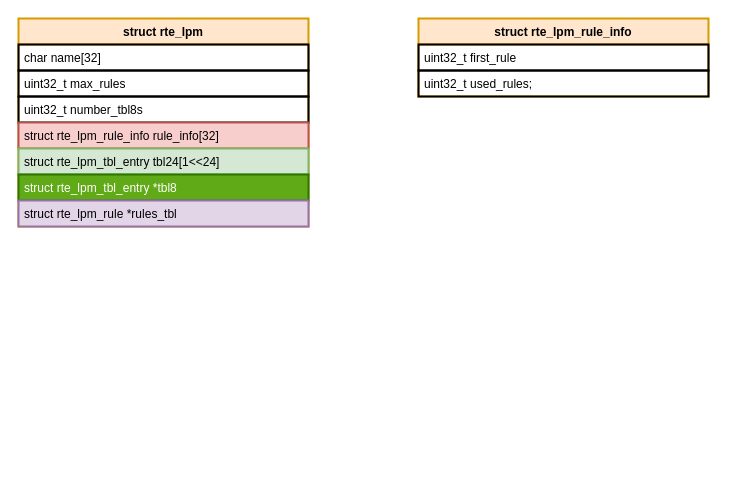
jin13417/dpdk-vpp-learning keeps this draw.io diagram as new_map/dpdk lpm.drawio. Above is the earlier version. Source tidied: cells renumbered, new cells numbered last; positions are measured from the earlier drawing's top-left corner, leaving out a move shared by most shapes. Both pictures are drawn from the tidied source at 100%, with x=0, y=0 at pixel (18, 18).
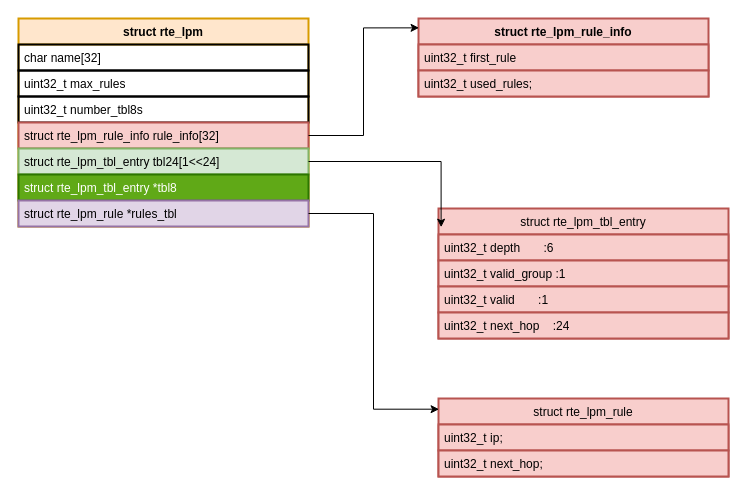
The same diagram, later.

Unchanged cells that the change refers to:
```xml
<mxCell id="6" value="struct rte_lpm_rule_info rule_info[32]" style="text;strokeColor=#b85450;fillColor=#f8cecc;align=left;verticalAlign=top;spacingLeft=4;spacingRight=4;overflow=hidden;points=[[0,0.5],[1,0.5]];portConstraint=eastwest;whiteSpace=wrap;html=1;labelBorderColor=none;rounded=0;swimlaneLine=1;strokeWidth=2;" parent="2" vertex="1">
  <mxGeometry y="104" width="290" height="26" as="geometry" />
</mxCell>
<mxCell id="7" value="struct rte_lpm_tbl_entry tbl24[1&amp;lt;&amp;lt;24]" style="text;strokeColor=#82b366;fillColor=#d5e8d4;align=left;verticalAlign=top;spacingLeft=4;spacingRight=4;overflow=hidden;points=[[0,0.5],[1,0.5]];portConstraint=eastwest;whiteSpace=wrap;html=1;labelBorderColor=none;rounded=0;swimlaneLine=1;strokeWidth=2;" parent="2" vertex="1">
  <mxGeometry y="130" width="290" height="26" as="geometry" />
</mxCell>
<mxCell id="9" value="struct rte_lpm_rule *rules_tbl" style="text;strokeColor=#9673a6;fillColor=#e1d5e7;align=left;verticalAlign=top;spacingLeft=4;spacingRight=4;overflow=hidden;points=[[0,0.5],[1,0.5]];portConstraint=eastwest;whiteSpace=wrap;html=1;labelBorderColor=none;rounded=0;swimlaneLine=1;strokeWidth=2;" parent="2" vertex="1">
  <mxGeometry y="182" width="290" height="26" as="geometry" />
</mxCell>
```

Diff of the diagram source:
```diff
@@
-    <mxCell id="10" value="struct rte_lpm_rule_info" style="swimlane;fontStyle=1;align=center;verticalAlign=top;horizontal=1;startSize=26;whiteSpace=wrap;html=1;labelBorderColor=none;rounded=0;swimlaneLine=1;strokeWidth=2;fillColor=#ffe6cc;strokeColor=#d79b00;" parent="1" vertex="1">
+    <mxCell id="10" value="struct rte_lpm_rule_info" style="swimlane;fontStyle=1;align=center;verticalAlign=top;horizontal=1;startSize=26;whiteSpace=wrap;html=1;labelBorderColor=none;rounded=0;swimlaneLine=1;strokeWidth=2;fillColor=#f8cecc;strokeColor=#b85450;" parent="1" vertex="1">
       <mxGeometry x="400" width="290" height="78" as="geometry" />
     </mxCell>
-    <mxCell id="11" value="uint32_t first_rule" style="text;strokeColor=default;fillColor=none;align=left;verticalAlign=top;spacingLeft=4;spacingRight=4;overflow=hidden;whiteSpace=wrap;html=1;labelBorderColor=none;rounded=0;swimlaneLine=1;strokeWidth=2;" parent="10" vertex="1">
+    <mxCell id="11" value="uint32_t first_rule" style="text;strokeColor=#b85450;fillColor=#f8cecc;align=left;verticalAlign=top;spacingLeft=4;spacingRight=4;overflow=hidden;whiteSpace=wrap;html=1;labelBorderColor=none;rounded=0;swimlaneLine=1;strokeWidth=2;" parent="10" vertex="1">
       <mxGeometry y="26" width="290" height="26" as="geometry" />
     </mxCell>
-    <mxCell id="12" value="uint32_t used_rules;" style="text;strokeColor=default;fillColor=none;align=left;verticalAlign=top;spacingLeft=4;spacingRight=4;overflow=hidden;whiteSpace=wrap;html=1;labelBorderColor=none;rounded=0;swimlaneLine=1;strokeWidth=2;" parent="10" vertex="1">
+    <mxCell id="12" value="uint32_t used_rules;" style="text;strokeColor=#b85450;fillColor=#f8cecc;align=left;verticalAlign=top;spacingLeft=4;spacingRight=4;overflow=hidden;whiteSpace=wrap;html=1;labelBorderColor=none;rounded=0;swimlaneLine=1;strokeWidth=2;" parent="10" vertex="1">
       <mxGeometry y="52" width="290" height="26" as="geometry" />
     </mxCell>
+    <mxCell id="13" style="edgeStyle=orthogonalEdgeStyle;rounded=0;jettySize=auto;html=1;entryX=0.002;entryY=0.12;entryDx=0;entryDy=0;entryPerimeter=0;" parent="1" edge="1" source="6" target="10">
+      <mxGeometry relative="1" as="geometry" />
+    </mxCell>
+    <mxCell id="14" value="&lt;span style=&quot;font-weight: 400;&quot;&gt;struct rte_lpm_tbl_entry&lt;/span&gt;" style="swimlane;fontStyle=1;align=center;verticalAlign=top;horizontal=1;startSize=26;whiteSpace=wrap;html=1;labelBorderColor=none;rounded=0;swimlaneLine=1;strokeWidth=2;fillColor=#f8cecc;strokeColor=#b85450;" parent="1" vertex="1">
+      <mxGeometry x="420" y="190" width="290" height="130" as="geometry" />
+    </mxCell>
+    <mxCell id="15" value="uint32_t depth&amp;nbsp; &amp;nbsp; &amp;nbsp; &amp;nbsp;:6" style="text;strokeColor=#b85450;fillColor=#f8cecc;align=left;verticalAlign=top;spacingLeft=4;spacingRight=4;overflow=hidden;whiteSpace=wrap;html=1;labelBorderColor=none;rounded=0;swimlaneLine=1;strokeWidth=2;" parent="14" vertex="1">
+      <mxGeometry y="26" width="290" height="26" as="geometry" />
+    </mxCell>
+    <mxCell id="16" value="uint32_t valid_group :1" style="text;strokeColor=#b85450;fillColor=#f8cecc;align=left;verticalAlign=top;spacingLeft=4;spacingRight=4;overflow=hidden;whiteSpace=wrap;html=1;labelBorderColor=none;rounded=0;swimlaneLine=1;strokeWidth=2;" parent="14" vertex="1">
+      <mxGeometry y="52" width="290" height="26" as="geometry" />
+    </mxCell>
+    <mxCell id="17" value="uint32_t valid&amp;nbsp; &amp;nbsp; &amp;nbsp; &amp;nbsp;:1" style="text;strokeColor=#b85450;fillColor=#f8cecc;align=left;verticalAlign=top;spacingLeft=4;spacingRight=4;overflow=hidden;whiteSpace=wrap;html=1;labelBorderColor=none;rounded=0;swimlaneLine=1;strokeWidth=2;" parent="14" vertex="1">
+      <mxGeometry y="78" width="290" height="26" as="geometry" />
+    </mxCell>
+    <mxCell id="18" value="uint32_t next_hop&amp;nbsp; &amp;nbsp; :24" style="text;strokeColor=#b85450;fillColor=#f8cecc;align=left;verticalAlign=top;spacingLeft=4;spacingRight=4;overflow=hidden;whiteSpace=wrap;html=1;labelBorderColor=none;rounded=0;swimlaneLine=1;strokeWidth=2;" parent="14" vertex="1">
+      <mxGeometry y="104" width="290" height="26" as="geometry" />
+    </mxCell>
+    <mxCell id="19" style="edgeStyle=orthogonalEdgeStyle;rounded=0;jettySize=auto;html=1;entryX=0.009;entryY=0.144;entryDx=0;entryDy=0;entryPerimeter=0;" parent="1" edge="1" source="7" target="14">
+      <mxGeometry relative="1" as="geometry" />
+    </mxCell>
+    <mxCell id="20" value="&lt;span style=&quot;font-weight: 400;&quot;&gt;struct rte_lpm_rule&lt;/span&gt;" style="swimlane;fontStyle=1;align=center;verticalAlign=top;horizontal=1;startSize=26;whiteSpace=wrap;html=1;labelBorderColor=none;rounded=0;swimlaneLine=1;strokeWidth=2;fillColor=#f8cecc;strokeColor=#b85450;" parent="1" vertex="1">
+      <mxGeometry x="420" y="380" width="290" height="78" as="geometry" />
+    </mxCell>
+    <mxCell id="21" value="uint32_t ip;" style="text;strokeColor=#b85450;fillColor=#f8cecc;align=left;verticalAlign=top;spacingLeft=4;spacingRight=4;overflow=hidden;whiteSpace=wrap;html=1;labelBorderColor=none;rounded=0;swimlaneLine=1;strokeWidth=2;" parent="20" vertex="1">
+      <mxGeometry y="26" width="290" height="26" as="geometry" />
+    </mxCell>
+    <mxCell id="22" value="uint32_t next_hop;" style="text;strokeColor=#b85450;fillColor=#f8cecc;align=left;verticalAlign=top;spacingLeft=4;spacingRight=4;overflow=hidden;whiteSpace=wrap;html=1;labelBorderColor=none;rounded=0;swimlaneLine=1;strokeWidth=2;" parent="20" vertex="1">
+      <mxGeometry y="52" width="290" height="26" as="geometry" />
+    </mxCell>
+    <mxCell id="23" style="edgeStyle=orthogonalEdgeStyle;rounded=0;jettySize=auto;html=1;entryX=0.002;entryY=0.137;entryDx=0;entryDy=0;entryPerimeter=0;" parent="1" edge="1" source="9" target="20">
+      <mxGeometry relative="1" as="geometry" />
+    </mxCell>
```
